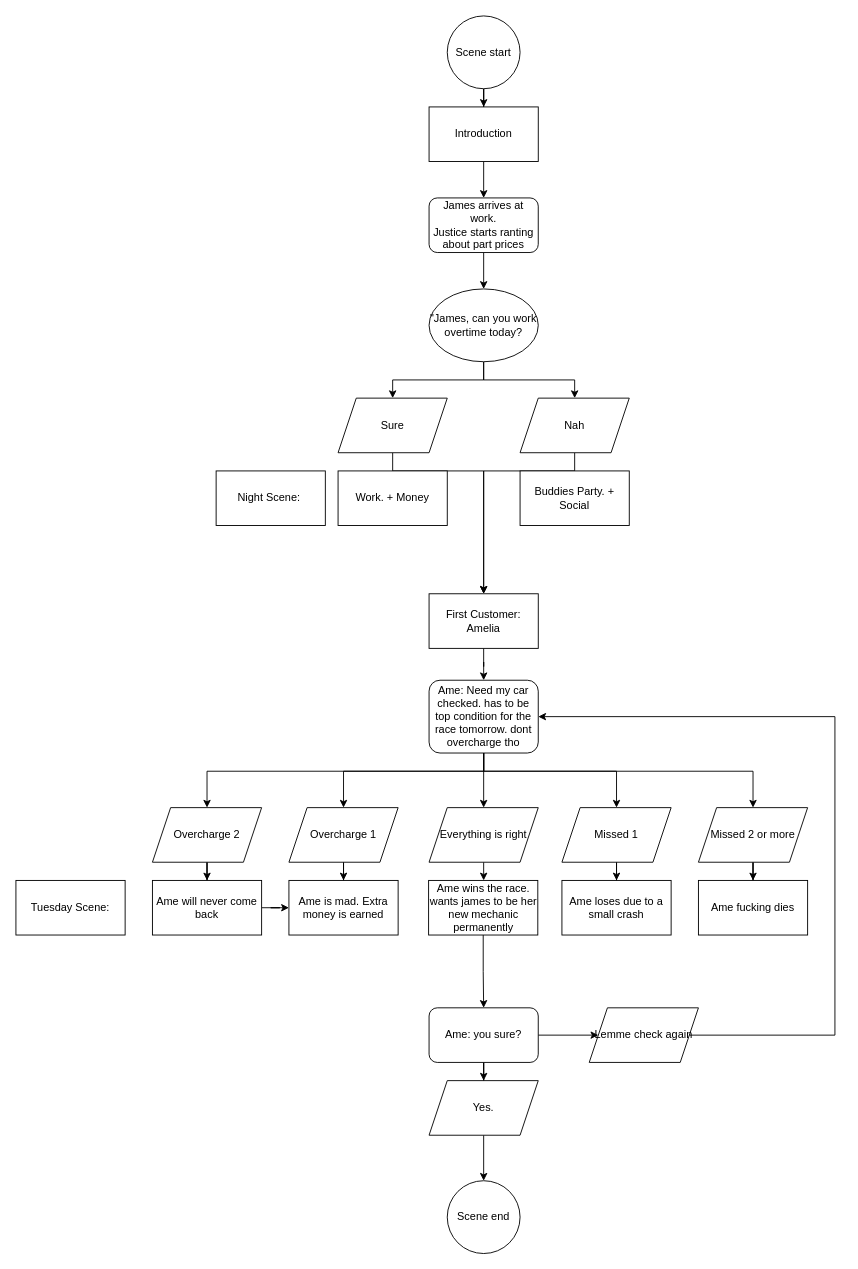
Before: page "Day 1 Morning" (1 of 2) of Motor City Mechanic/Concept/MCM.drawio in OliLeisingeHFU/VN-Leisinger, a draw.io diagram. Source tidied: cells renumbered, new cells numbered last; positions are measured from the earlier drawing's top-left corner, leaving out a move shared by most shapes. Both pictures are drawn from the tidied source at 91%, with x=0, y=0 at pixel (15, 15).
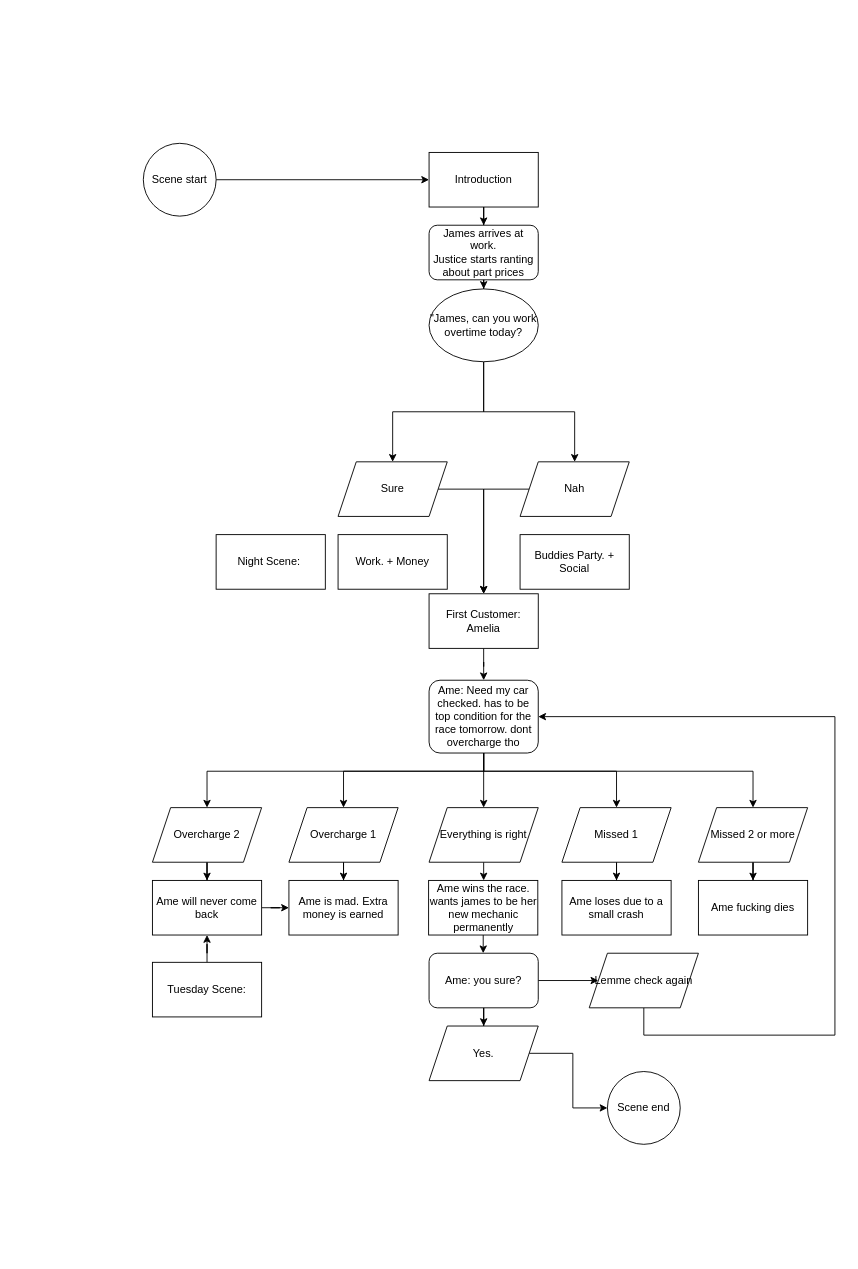
Above is the later version.

Unchanged cells that the change refers to:
```xml
<mxCell id="16" value="First Customer: Amelia" style="rounded=0;whiteSpace=wrap;html=1;" parent="1" vertex="1">
  <mxGeometry x="454" y="635" width="120" height="60" as="geometry" />
</mxCell>
<mxCell id="35" value="Ame will never come back" style="rounded=0;whiteSpace=wrap;html=1;" parent="1" vertex="1">
  <mxGeometry x="150" y="950" width="120" height="60" as="geometry" />
</mxCell>
```

Change to the diagram source:
```diff
@@
     <mxCell id="3" value="Introduction" style="rounded=0;whiteSpace=wrap;html=1;" parent="1" vertex="1">
-      <mxGeometry x="454" y="100" width="120" height="60" as="geometry" />
+      <mxGeometry x="454" y="150" width="120" height="60" as="geometry" />
     </mxCell>
@@
     <mxCell id="5" value="James arrives at work.&lt;br&gt;Justice starts ranting about part prices" style="rounded=1;whiteSpace=wrap;html=1;" parent="1" vertex="1">
-      <mxGeometry x="454" y="200" width="120" height="60" as="geometry" />
+      <mxGeometry x="454" y="230" width="120" height="60" as="geometry" />
     </mxCell>
@@
-    <mxCell id="9" style="edgeStyle=orthogonalEdgeStyle;rounded=0;jettySize=auto;html=1;entryX=0.5;entryY=0;entryDx=0;entryDy=0;" parent="1" edge="1" source="10" target="16">
+    <mxCell id="9" style="edgeStyle=orthogonalEdgeStyle;rounded=0;jettySize=auto;html=1;exitX=1;exitY=0.5;exitDx=0;exitDy=0;entryX=0.5;entryY=0;entryDx=0;entryDy=0;" parent="1" edge="1" source="10" target="16">
       <mxGeometry relative="1" as="geometry">
         <Array as="points">
-          <mxPoint x="414" y="500" />
-          <mxPoint x="514" y="500" />
+          <mxPoint x="514" y="520" />
         </Array>
       </mxGeometry>
     </mxCell>
     <mxCell id="10" value="Sure" style="shape=parallelogram;perimeter=parallelogramPerimeter;whiteSpace=wrap;html=1;fixedSize=1;" parent="1" vertex="1">
-      <mxGeometry x="354" y="420" width="120" height="60" as="geometry" />
+      <mxGeometry x="354" y="490" width="120" height="60" as="geometry" />
     </mxCell>
-    <mxCell id="11" style="edgeStyle=orthogonalEdgeStyle;rounded=0;jettySize=auto;html=1;entryX=0.5;entryY=0;entryDx=0;entryDy=0;" parent="1" edge="1" source="12" target="16">
+    <mxCell id="11" style="edgeStyle=orthogonalEdgeStyle;rounded=0;jettySize=auto;html=1;exitX=0;exitY=0.5;exitDx=0;exitDy=0;entryX=0.5;entryY=0;entryDx=0;entryDy=0;" parent="1" edge="1" source="12" target="16">
       <mxGeometry relative="1" as="geometry">
         <Array as="points">
-          <mxPoint x="614" y="500" />
-          <mxPoint x="514" y="500" />
+          <mxPoint x="514" y="520" />
         </Array>
       </mxGeometry>
     </mxCell>
     <mxCell id="12" value="Nah" style="shape=parallelogram;perimeter=parallelogramPerimeter;whiteSpace=wrap;html=1;fixedSize=1;" parent="1" vertex="1">
-      <mxGeometry x="554" y="420" width="120" height="60" as="geometry" />
+      <mxGeometry x="554" y="490" width="120" height="60" as="geometry" />
     </mxCell>
     <mxCell id="13" value="Work. + Money" style="rounded=0;whiteSpace=wrap;html=1;" parent="1" vertex="1">
-      <mxGeometry x="354" y="500" width="120" height="60" as="geometry" />
+      <mxGeometry x="354" y="570" width="120" height="60" as="geometry" />
     </mxCell>
     <mxCell id="14" value="Buddies Party. + Social" style="rounded=0;whiteSpace=wrap;html=1;" parent="1" vertex="1">
-      <mxGeometry x="554" y="500" width="120" height="60" as="geometry" />
+      <mxGeometry x="554" y="570" width="120" height="60" as="geometry" />
     </mxCell>
@@
     <mxCell id="42" value="Ame: you sure?" style="rounded=1;whiteSpace=wrap;html=1;" parent="1" vertex="1">
-      <mxGeometry x="454" y="1090" width="120" height="60" as="geometry" />
+      <mxGeometry x="454" y="1030" width="120" height="60" as="geometry" />
     </mxCell>
@@
     <mxCell id="44" value="Yes." style="shape=parallelogram;perimeter=parallelogramPerimeter;whiteSpace=wrap;html=1;fixedSize=1;" parent="1" vertex="1">
-      <mxGeometry x="454" y="1170" width="120" height="60" as="geometry" />
+      <mxGeometry x="454" y="1110" width="120" height="60" as="geometry" />
     </mxCell>
@@
     <mxCell id="46" value="Lemme check again" style="shape=parallelogram;perimeter=parallelogramPerimeter;whiteSpace=wrap;html=1;fixedSize=1;" parent="1" vertex="1">
-      <mxGeometry x="630" y="1090" width="120" height="60" as="geometry" />
+      <mxGeometry x="630" y="1030" width="120" height="60" as="geometry" />
     </mxCell>
+    <mxCell id="52" style="edgeStyle=orthogonalEdgeStyle;rounded=0;jettySize=auto;html=1;" parent="1" edge="1" source="47" target="35">
+      <mxGeometry relative="1" as="geometry" />
+    </mxCell>
     <mxCell id="47" value="Tuesday Scene:" style="rounded=0;whiteSpace=wrap;html=1;" parent="1" vertex="1">
-      <mxGeometry y="950" width="120" height="60" as="geometry" />
+      <mxGeometry x="150" y="1040" width="120" height="60" as="geometry" />
     </mxCell>
     <mxCell id="48" value="&lt;span&gt;Night Scene:&amp;nbsp;&lt;/span&gt;" style="rounded=0;whiteSpace=wrap;html=1;" parent="1" vertex="1">
-      <mxGeometry x="220" y="500" width="120" height="60" as="geometry" />
+      <mxGeometry x="220" y="570" width="120" height="60" as="geometry" />
     </mxCell>
     <mxCell id="49" value="Scene end" style="ellipse;whiteSpace=wrap;html=1;" parent="1" vertex="1">
-      <mxGeometry x="474" y="1280" width="80" height="80" as="geometry" />
+      <mxGeometry x="650" y="1160" width="80" height="80" as="geometry" />
     </mxCell>
@@
     <mxCell id="51" value="Scene start" style="ellipse;whiteSpace=wrap;html=1;" parent="1" vertex="1">
-      <mxGeometry x="474" width="80" height="80" as="geometry" />
+      <mxGeometry x="140" y="140" width="80" height="80" as="geometry" />
     </mxCell>
```
